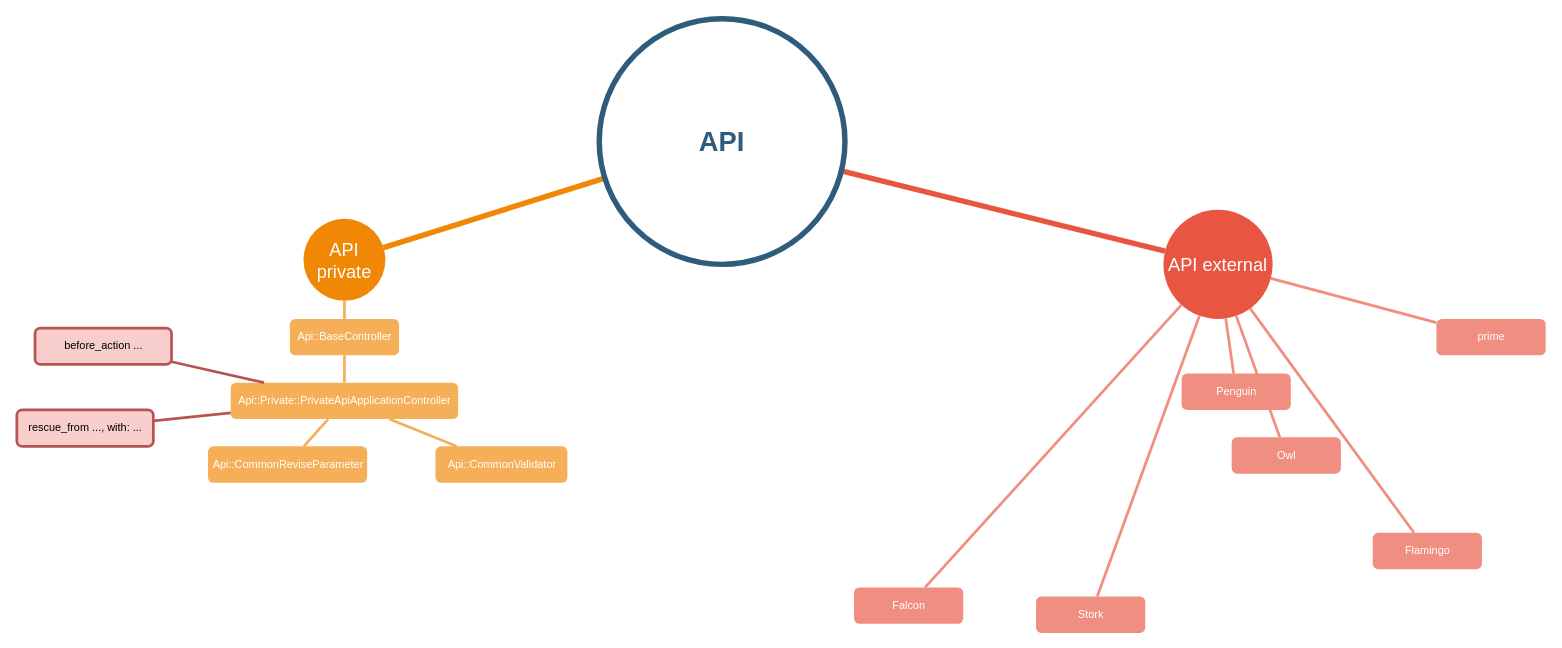
The draw.io diagram UML_drawer/API.drawio in namnguyen5902/UML_drawer, before the edit. Source tidied: cells renumbered, new cells numbered last; positions are measured from the earlier drawing's top-left corner, leaving out a move shared by most shapes. Both pictures are drawn from the tidied source at 91%, with x=0, y=0 at pixel (16, 18).
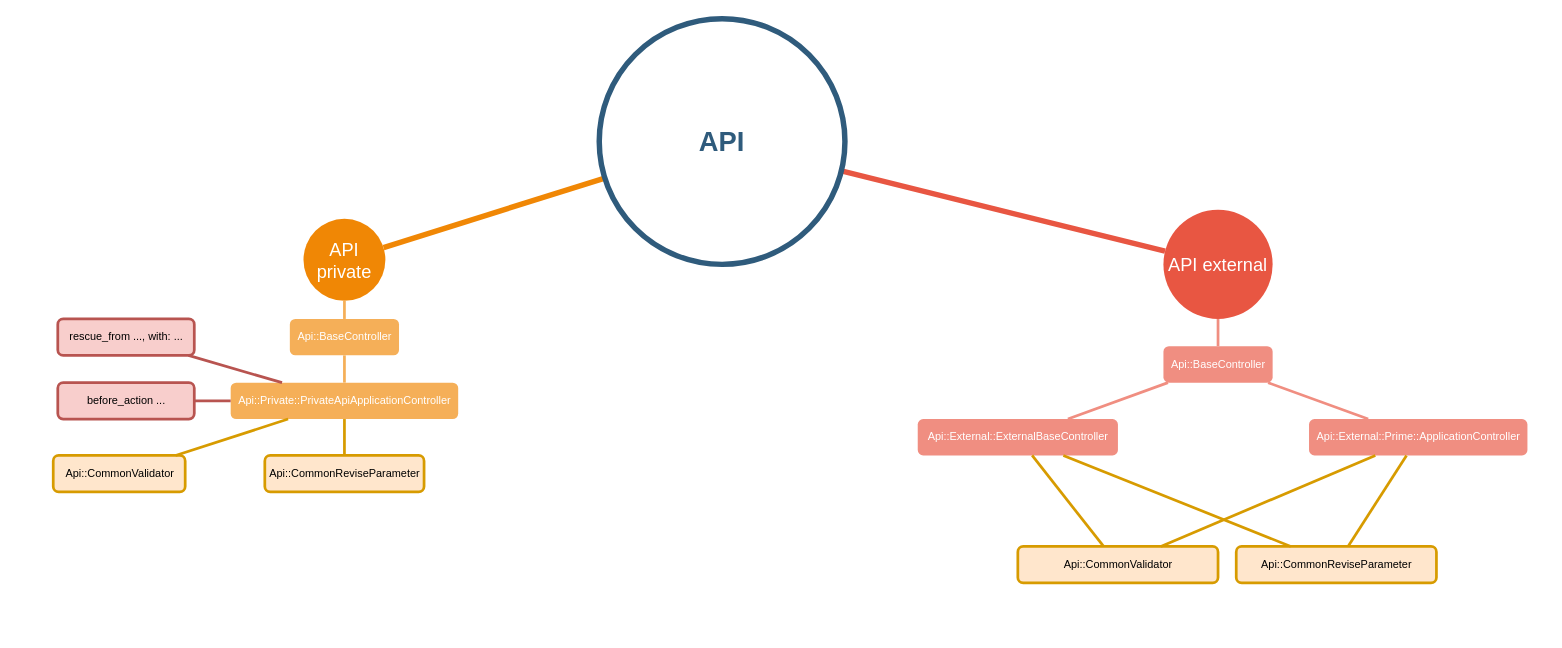
The same page after the edit.

The change refers to these unchanged cells:
```xml
<mxCell id="3" value="API external" style="ellipse;whiteSpace=wrap;html=1;shadow=0;fontFamily=Helvetica;fontSize=20;fontColor=#FFFFFF;align=center;strokeWidth=3;fillColor=#E85642;strokeColor=none;" parent="1" vertex="1">
  <mxGeometry x="1260" y="210" width="120" height="120" as="geometry" />
</mxCell>
<mxCell id="22" value="&lt;div&gt;Api::Private::PrivateApiApplicationController&lt;br&gt;&lt;/div&gt;" style="rounded=1;fillColor=#f5af58;strokeColor=none;strokeWidth=3;shadow=0;html=1;fontColor=#FFFFFF;" parent="1" vertex="1">
  <mxGeometry x="235" y="400" width="250" height="40" as="geometry" />
</mxCell>
```

The edit, as a diff of the source:
```diff
@@
-    <mxCell id="8" value="Falcon" style="rounded=1;fillColor=#f08e81;strokeColor=none;strokeWidth=3;shadow=0;html=1;fontColor=#FFFFFF;" parent="1" vertex="1">
-      <mxGeometry x="920" y="625" width="120" height="40" as="geometry" />
-    </mxCell>
-    <mxCell id="9" value="prime" style="rounded=1;fillColor=#f08e81;strokeColor=none;strokeWidth=3;shadow=0;html=1;fontColor=#FFFFFF;" parent="1" vertex="1">
-      <mxGeometry x="1560" y="330" width="120" height="40" as="geometry" />
+    <mxCell id="9" value="Api::External::ExternalBaseController" style="rounded=1;fillColor=#f08e81;strokeColor=none;strokeWidth=3;shadow=0;html=1;fontColor=#FFFFFF;" parent="1" vertex="1">
+      <mxGeometry x="990" y="440" width="220" height="40" as="geometry" />
     </mxCell>
-    <mxCell id="10" value="Stork" style="rounded=1;fillColor=#f08e81;strokeColor=none;strokeWidth=3;shadow=0;html=1;fontColor=#FFFFFF;" parent="1" vertex="1">
-      <mxGeometry x="1120" y="635" width="120" height="40" as="geometry" />
-    </mxCell>
-    <mxCell id="11" value="Flamingo" style="rounded=1;fillColor=#f08e81;strokeColor=none;strokeWidth=3;shadow=0;html=1;fontColor=#FFFFFF;" parent="1" vertex="1">
-      <mxGeometry x="1490" y="565" width="120" height="40" as="geometry" />
-    </mxCell>
-    <mxCell id="12" value="Penguin" style="rounded=1;fillColor=#f08e81;strokeColor=none;strokeWidth=3;shadow=0;html=1;fontColor=#FFFFFF;" parent="1" vertex="1">
-      <mxGeometry x="1280" y="390" width="120" height="40" as="geometry" />
+    <mxCell id="12" value="Api::BaseController" style="rounded=1;fillColor=#f08e81;strokeColor=none;strokeWidth=3;shadow=0;html=1;fontColor=#FFFFFF;" parent="1" vertex="1">
+      <mxGeometry x="1260" y="360" width="120" height="40" as="geometry" />
     </mxCell>
-    <mxCell id="13" value="Owl" style="rounded=1;fillColor=#f08e81;strokeColor=none;strokeWidth=3;shadow=0;html=1;fontColor=#FFFFFF;" parent="1" vertex="1">
-      <mxGeometry x="1335" y="460" width="120" height="40" as="geometry" />
-    </mxCell>
-    <mxCell id="14" style="edgeStyle=none;endArrow=none;strokeWidth=3;strokeColor=#F08E81;html=1;" parent="1" edge="1" source="3" target="8">
-      <mxGeometry x="31" y="106.5" as="geometry" />
-    </mxCell>
-    <mxCell id="15" style="edgeStyle=none;endArrow=none;strokeWidth=3;strokeColor=#F08E81;html=1;" parent="1" edge="1" source="3" target="9">
-      <mxGeometry x="31" y="106.5" as="geometry" />
-    </mxCell>
-    <mxCell id="16" style="edgeStyle=none;endArrow=none;strokeWidth=3;strokeColor=#F08E81;html=1;" parent="1" edge="1" source="3" target="10">
-      <mxGeometry x="31" y="106.5" as="geometry" />
-    </mxCell>
-    <mxCell id="17" style="edgeStyle=none;endArrow=none;strokeWidth=3;strokeColor=#F08E81;html=1;" parent="1" edge="1" source="3" target="11">
-      <mxGeometry x="31" y="106.5" as="geometry" />
-    </mxCell>
@@
-    <mxCell id="19" style="edgeStyle=none;endArrow=none;strokeWidth=3;strokeColor=#F08E81;html=1;" parent="1" edge="1" source="3" target="13">
-      <mxGeometry x="31" y="106.5" as="geometry" />
-    </mxCell>
-    <mxCell id="20" style="edgeStyle=orthogonalEdgeStyle;rounded=0;html=1;exitX=0.75;exitY=0;entryX=0.75;entryY=0;startArrow=none;startFill=0;endArrow=block;endFill=1;jettySize=auto;orthogonalLoop=1;strokeColor=#12aab5;strokeWidth=6;fontSize=20;fontColor=#2F5B7C;" parent="1" edge="1" source="8" target="8">
-      <mxGeometry relative="1" as="geometry" />
+    <mxCell id="20" style="edgeStyle=orthogonalEdgeStyle;rounded=0;html=1;exitX=0.75;exitY=0;entryX=0.75;entryY=0;startArrow=none;startFill=0;endArrow=block;endFill=1;jettySize=auto;orthogonalLoop=1;strokeColor=#12aab5;strokeWidth=6;fontSize=20;fontColor=#2F5B7C;" parent="1" edge="1">
+      <mxGeometry relative="1" as="geometry">
+        <mxPoint x="1010" y="625" as="sourcePoint" />
+        <mxPoint x="1010" y="625" as="targetPoint" />
+      </mxGeometry>
     </mxCell>
@@
-    <mxCell id="24" value="&lt;div&gt;Api::CommonReviseParameter&lt;br&gt;&lt;/div&gt;" style="rounded=1;fillColor=#f5af58;strokeColor=none;strokeWidth=3;shadow=0;html=1;fontColor=#FFFFFF;" parent="1" vertex="1">
-      <mxGeometry x="210" y="470" width="175" height="40" as="geometry" />
+    <mxCell id="24" value="&lt;div&gt;Api::CommonReviseParameter&lt;br&gt;&lt;/div&gt;" style="rounded=1;fillColor=#ffe6cc;strokeColor=#d79b00;strokeWidth=3;shadow=0;html=1;" parent="1" vertex="1">
+      <mxGeometry x="272.5" y="480" width="175" height="40" as="geometry" />
     </mxCell>
-    <mxCell id="25" style="edgeStyle=none;endArrow=none;strokeWidth=3;strokeColor=#F5AF58;html=1;" parent="1" edge="1" source="22" target="24">
+    <mxCell id="25" style="edgeStyle=none;endArrow=none;strokeWidth=3;strokeColor=#d79b00;html=1;fillColor=#ffe6cc;" parent="1" edge="1" source="22" target="24">
       <mxGeometry x="3.5" y="21.5" as="geometry" />
     </mxCell>
-    <mxCell id="26" value="&lt;div&gt;Api::CommonValidator&lt;br&gt;&lt;/div&gt;" style="rounded=1;fillColor=#f5af58;strokeColor=none;strokeWidth=3;shadow=0;html=1;fontColor=#FFFFFF;" parent="1" vertex="1">
-      <mxGeometry x="460" y="470" width="145" height="40" as="geometry" />
+    <mxCell id="26" value="&lt;div&gt;Api::CommonValidator&lt;br&gt;&lt;/div&gt;" style="rounded=1;fillColor=#ffe6cc;strokeColor=#d79b00;strokeWidth=3;shadow=0;html=1;" parent="1" vertex="1">
+      <mxGeometry x="40" y="480" width="145" height="40" as="geometry" />
     </mxCell>
-    <mxCell id="27" style="edgeStyle=none;endArrow=none;strokeWidth=3;strokeColor=#F5AF58;html=1;" parent="1" edge="1" source="22" target="26">
+    <mxCell id="27" style="edgeStyle=none;endArrow=none;strokeWidth=3;strokeColor=#d79b00;html=1;fillColor=#ffe6cc;" parent="1" edge="1" source="22" target="26">
       <mxGeometry x="3.5" y="21.5" as="geometry" />
     </mxCell>
     <mxCell id="28" value="&lt;div&gt;rescue_from ..., with: ...&lt;br&gt;&lt;/div&gt;" style="rounded=1;fillColor=#f8cecc;strokeColor=#b85450;strokeWidth=3;shadow=0;html=1;" parent="1" vertex="1">
-      <mxGeometry y="430" width="150" height="40" as="geometry" />
+      <mxGeometry x="45" y="330" width="150" height="40" as="geometry" />
     </mxCell>
@@
     <mxCell id="30" value="&lt;div&gt;before_action ...&lt;br&gt;&lt;/div&gt;" style="rounded=1;fillColor=#f8cecc;strokeColor=#b85450;strokeWidth=3;shadow=0;html=1;" parent="1" vertex="1">
-      <mxGeometry x="20" y="340" width="150" height="40" as="geometry" />
+      <mxGeometry x="45" y="400" width="150" height="40" as="geometry" />
     </mxCell>
@@
+    <mxCell id="32" value="Api::External::Prime::ApplicationController" style="rounded=1;fillColor=#f08e81;strokeColor=none;strokeWidth=3;shadow=0;html=1;fontColor=#FFFFFF;" parent="1" vertex="1">
+      <mxGeometry x="1420" y="440" width="240" height="40" as="geometry" />
+    </mxCell>
+    <mxCell id="33" style="edgeStyle=none;endArrow=none;strokeWidth=3;strokeColor=#F08E81;html=1;" parent="1" edge="1" source="32" target="12">
+      <mxGeometry x="31" y="106.5" as="geometry" />
+    </mxCell>
+    <mxCell id="34" style="edgeStyle=none;endArrow=none;strokeWidth=3;strokeColor=#F08E81;html=1;" parent="1" edge="1" source="9" target="12">
+      <mxGeometry x="31" y="106.5" as="geometry" />
+    </mxCell>
+    <mxCell id="35" style="edgeStyle=none;endArrow=none;strokeWidth=3;strokeColor=#d79b00;html=1;fillColor=#ffe6cc;" parent="1" edge="1" source="9" target="36">
+      <mxGeometry x="31" y="106.5" as="geometry" />
+    </mxCell>
+    <mxCell id="36" value="Api::CommonValidator" style="rounded=1;fillColor=#ffe6cc;strokeColor=#d79b00;strokeWidth=3;shadow=0;html=1;" parent="1" vertex="1">
+      <mxGeometry x="1100" y="580" width="220" height="40" as="geometry" />
+    </mxCell>
+    <mxCell id="37" value="Api::CommonReviseParameter" style="rounded=1;fillColor=#ffe6cc;strokeColor=#d79b00;strokeWidth=3;shadow=0;html=1;" parent="1" vertex="1">
+      <mxGeometry x="1340" y="580" width="220" height="40" as="geometry" />
+    </mxCell>
+    <mxCell id="38" style="edgeStyle=none;endArrow=none;strokeWidth=3;strokeColor=#d79b00;html=1;fillColor=#ffe6cc;" parent="1" edge="1" source="9" target="37">
+      <mxGeometry x="31" y="106.5" as="geometry" />
+    </mxCell>
+    <mxCell id="39" style="edgeStyle=none;endArrow=none;strokeWidth=3;strokeColor=#d79b00;html=1;fillColor=#ffe6cc;" parent="1" edge="1" source="32" target="37">
+      <mxGeometry x="31" y="106.5" as="geometry" />
+    </mxCell>
+    <mxCell id="40" style="edgeStyle=none;endArrow=none;strokeWidth=3;strokeColor=#d79b00;html=1;fillColor=#ffe6cc;" parent="1" edge="1" source="32" target="36">
+      <mxGeometry x="31" y="106.5" as="geometry" />
+    </mxCell>
```
